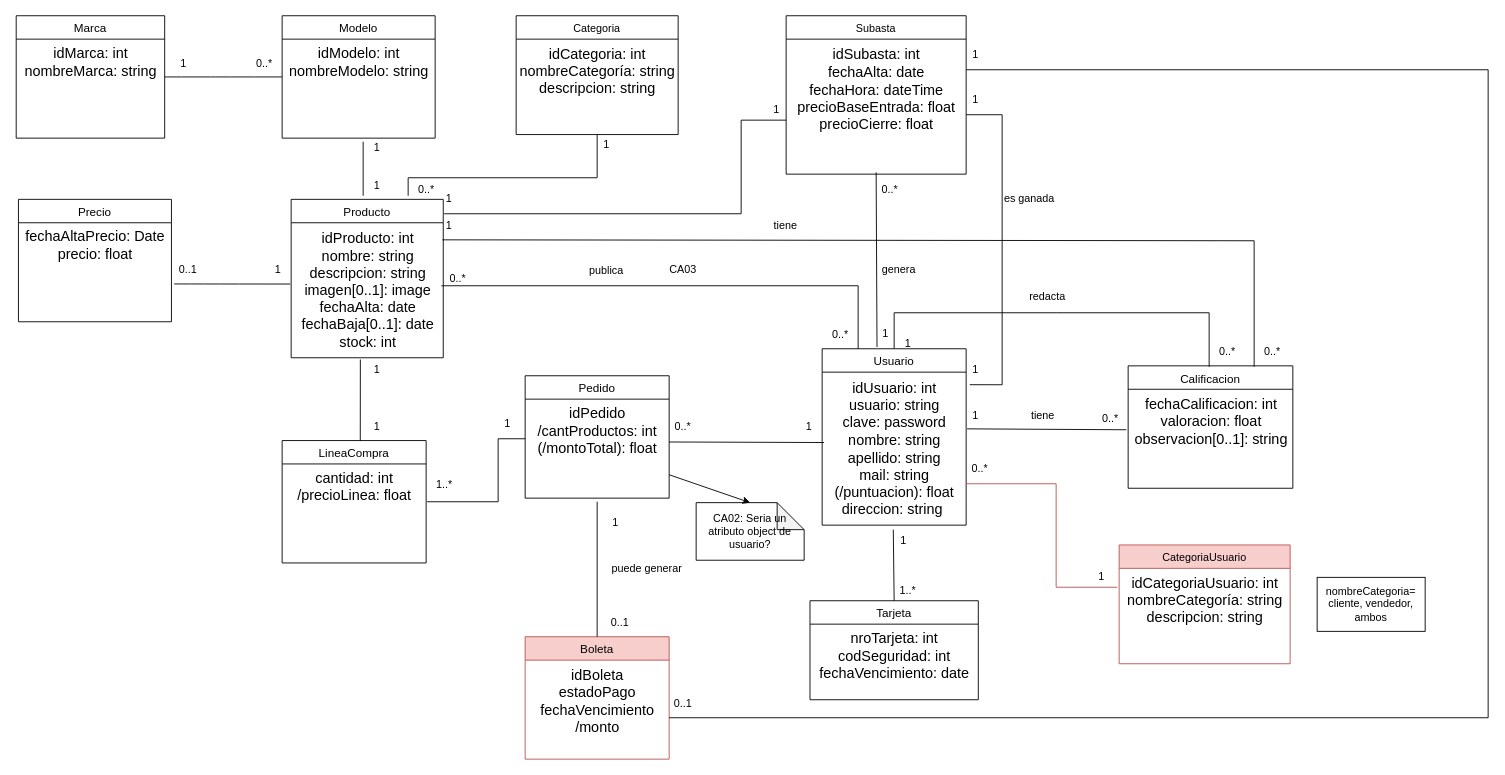
Before: docs/diagramaClasesGit.drawio in BorsatoMilton/CarGarage, a draw.io diagram. Source tidied: cells renumbered, new cells numbered last; positions are measured from the earlier drawing's top-left corner, leaving out a move shared by most shapes. Both pictures are drawn from the tidied source at 90%, with x=0, y=0 at pixel (15, 15).
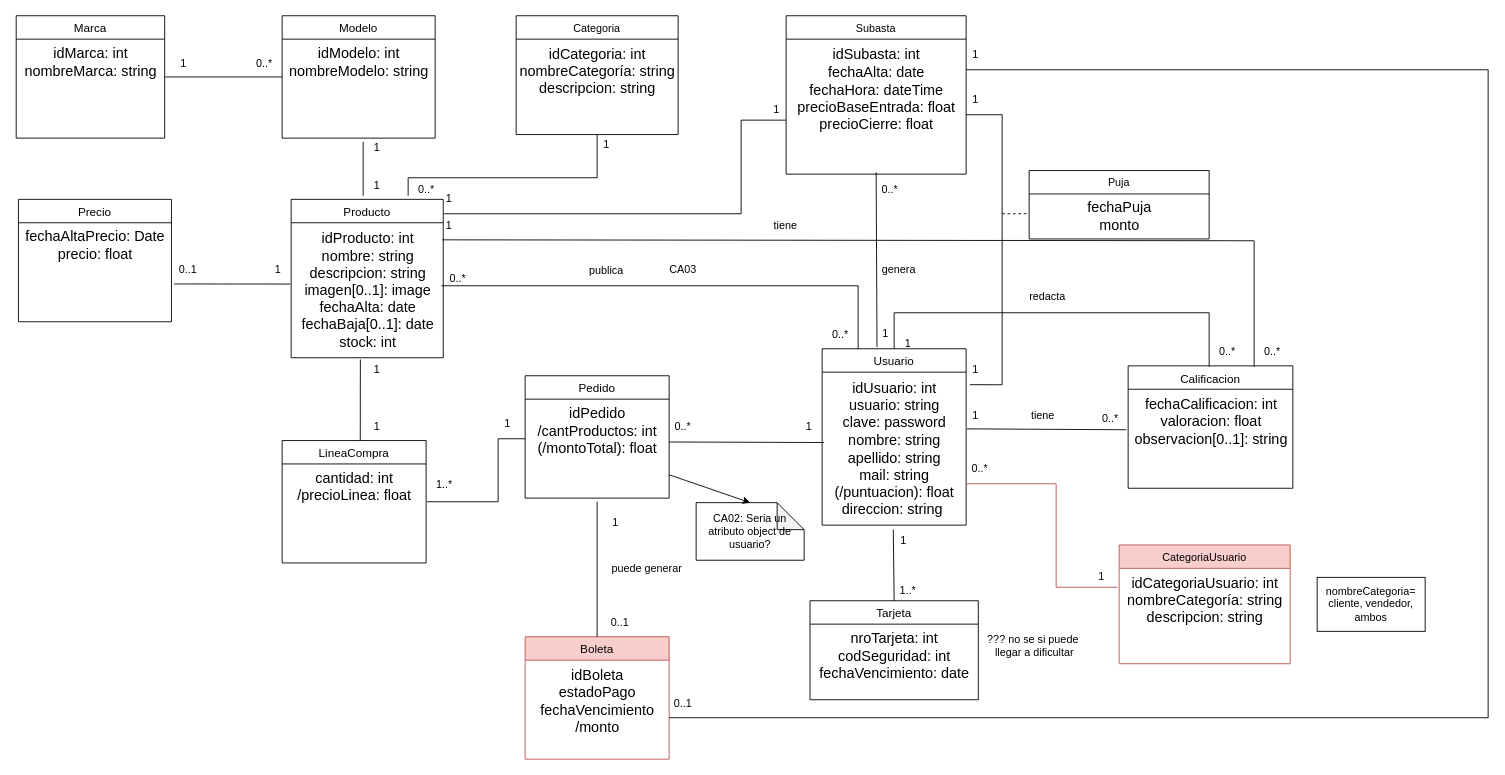
The same page after the edit.

What changed in the source:
```diff
@@
-    <mxCell id="82" value="es ganada" style="text;html=1;align=center;verticalAlign=middle;strokeColor=none;fillColor=none;" parent="1" vertex="1">
-      <mxGeometry x="1086" y="188" width="80" height="30" as="geometry" />
-    </mxCell>
@@
+    <mxCell id="93" value="Puja" style="swimlane;fontStyle=0;align=center;verticalAlign=top;horizontal=1;startSize=26;rounded=0;shadow=0;strokeWidth=1;" parent="1" vertex="1">
+      <mxGeometry x="1126" y="172" width="200" height="76" as="geometry" />
+    </mxCell>
+    <mxCell id="94" value="fechaPuja&lt;div&gt;monto&lt;/div&gt;" style="text;html=1;align=center;verticalAlign=middle;strokeColor=none;fillColor=none;fontSize=16;" parent="93" vertex="1">
+      <mxGeometry y="26" width="200" height="50" as="geometry" />
+    </mxCell>
+    <mxCell id="95" style="endArrow=none;dashed=1;html=1;rounded=0;" parent="1" edge="1">
+      <mxGeometry relative="1" as="geometry">
+        <mxPoint x="1096" y="220" as="sourcePoint" />
+        <mxPoint x="1126" y="220" as="targetPoint" />
+      </mxGeometry>
+    </mxCell>
+    <mxCell id="96" value="??? no se si puede&lt;div&gt;&amp;nbsp;llegar a dificultar&lt;/div&gt;" style="text;html=1;align=center;verticalAlign=middle;strokeColor=none;fillColor=none;" parent="1" vertex="1">
+      <mxGeometry x="1069.5" y="680" width="120" height="40" as="geometry" />
+    </mxCell>
```
